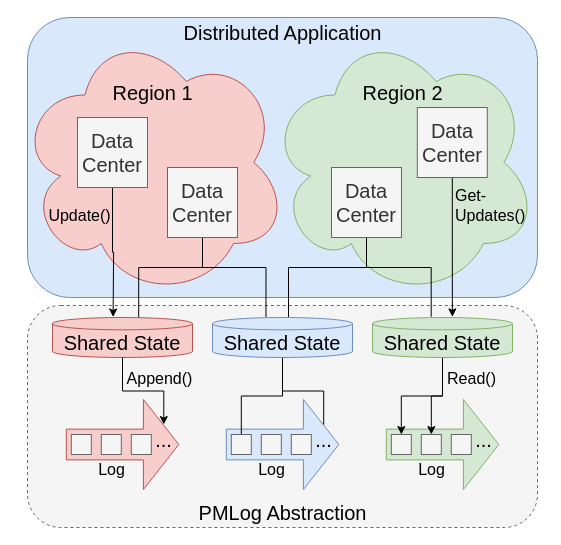
Before: docs/abstraction.drawio in nathanieltornow/PMLog, a draw.io diagram. Source tidied: cells renumbered, new cells numbered last; positions are measured from the earlier drawing's top-left corner, leaving out a move shared by most shapes. Both pictures are drawn from the tidied source at 100%, with x=0, y=0 at pixel (17, 17).
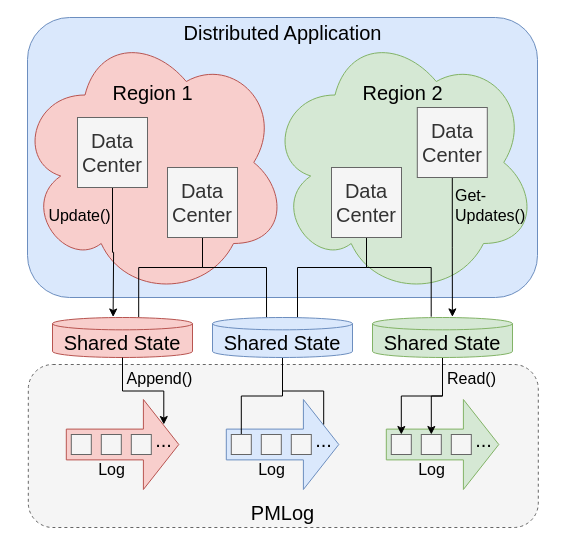
The same page after the edit.

Unchanged cells that the change refers to:
```xml
<mxCell id="12" value="&lt;font style=&quot;font-size: 20px&quot;&gt;Data&lt;br&gt;Center&lt;/font&gt;" style="whiteSpace=wrap;html=1;fillColor=#f5f5f5;strokeColor=#666666;fontColor=#333333;" parent="1" vertex="1">
  <mxGeometry x="150" y="150" width="70" height="70" as="geometry" />
</mxCell>
<mxCell id="16" value="&lt;font style=&quot;font-size: 20px&quot;&gt;Data&lt;br&gt;Center&lt;/font&gt;" style="whiteSpace=wrap;html=1;fillColor=#f5f5f5;strokeColor=#666666;fontColor=#333333;" parent="1" vertex="1">
  <mxGeometry x="314" y="150" width="70" height="70" as="geometry" />
</mxCell>
<mxCell id="22" value="Shared State" style="shape=cylinder3;whiteSpace=wrap;html=1;boundedLbl=1;backgroundOutline=1;size=6.166666666666629;fontSize=20;fillColor=#dae8fc;strokeColor=#6c8ebf;" parent="1" vertex="1">
  <mxGeometry x="195" y="300" width="140" height="40" as="geometry" />
</mxCell>
```

The edit, as a diff of the source:
```diff
@@
     <mxCell id="2" style="rounded=1;whiteSpace=wrap;html=1;fontSize=16;fillColor=#f5f5f5;align=left;dashed=1;strokeColor=#666666;fontColor=#333333;" parent="1" vertex="1">
-      <mxGeometry x="10" y="288" width="510" height="222" as="geometry" />
+      <mxGeometry x="10.8" y="347" width="510" height="163" as="geometry" />
     </mxCell>
@@
-    <mxCell id="11" style="edgeStyle=orthogonalEdgeStyle;rounded=0;jettySize=auto;html=1;exitX=0.5;exitY=1;exitDx=0;exitDy=0;entryX=0.382;entryY=-0.012;entryDx=0;entryDy=0;entryPerimeter=0;fontSize=16;endArrow=none;endFill=0;" parent="1" edge="1" source="12" target="22">
+    <mxCell id="11" style="edgeStyle=orthogonalEdgeStyle;rounded=0;jettySize=auto;html=1;exitX=0.5;exitY=1;exitDx=0;exitDy=0;fontSize=16;endArrow=none;endFill=0;entryX=0.386;entryY=0;entryDx=0;entryDy=0;entryPerimeter=0;" parent="1" edge="1" source="12" target="22">
       <mxGeometry relative="1" as="geometry">
         <Array as="points">
           <mxPoint x="185" y="250" />
           <mxPoint x="249" y="250" />
         </Array>
       </mxGeometry>
     </mxCell>
@@
     <mxCell id="15" style="edgeStyle=orthogonalEdgeStyle;rounded=0;jettySize=auto;html=1;exitX=0.5;exitY=1;exitDx=0;exitDy=0;entryX=0.543;entryY=0.008;entryDx=0;entryDy=0;entryPerimeter=0;fontSize=16;endArrow=none;endFill=0;" parent="1" edge="1" source="16" target="22">
       <mxGeometry relative="1" as="geometry">
         <Array as="points">
           <mxPoint x="349" y="250" />
-          <mxPoint x="271" y="250" />
+          <mxPoint x="280" y="250" />
+          <mxPoint x="280" y="300" />
         </Array>
       </mxGeometry>
     </mxCell>
@@
-    <mxCell id="23" value="PMLog Abstraction" style="text;html=1;align=center;verticalAlign=middle;strokeColor=none;fillColor=none;fontSize=20;" parent="1" vertex="1">
-      <mxGeometry x="175" y="480" width="180" height="30" as="geometry" />
+    <mxCell id="23" value="PMLog" style="text;html=1;align=center;verticalAlign=middle;strokeColor=none;fillColor=none;fontSize=20;" parent="1" vertex="1">
+      <mxGeometry x="225" y="480" width="80" height="30" as="geometry" />
     </mxCell>
```
